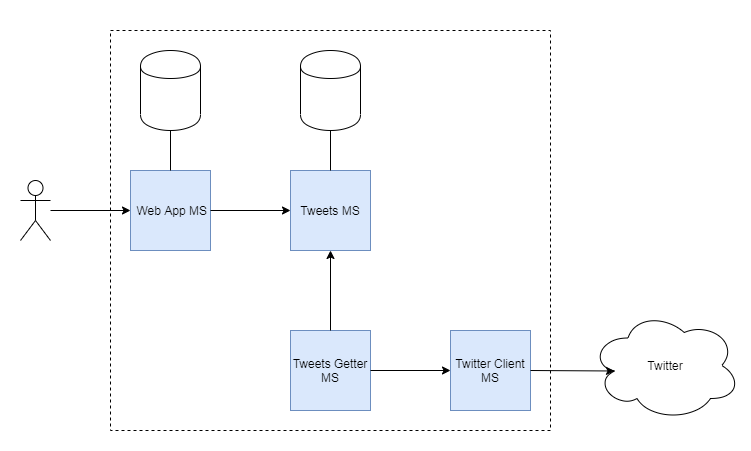
The draw.io diagram architecture.png in aliskhakov/twisub, before a commit. Source tidied: cells renumbered, new cells last; positions are measured from the earlier drawing's top-left corner, leaving out a move shared by most shapes.
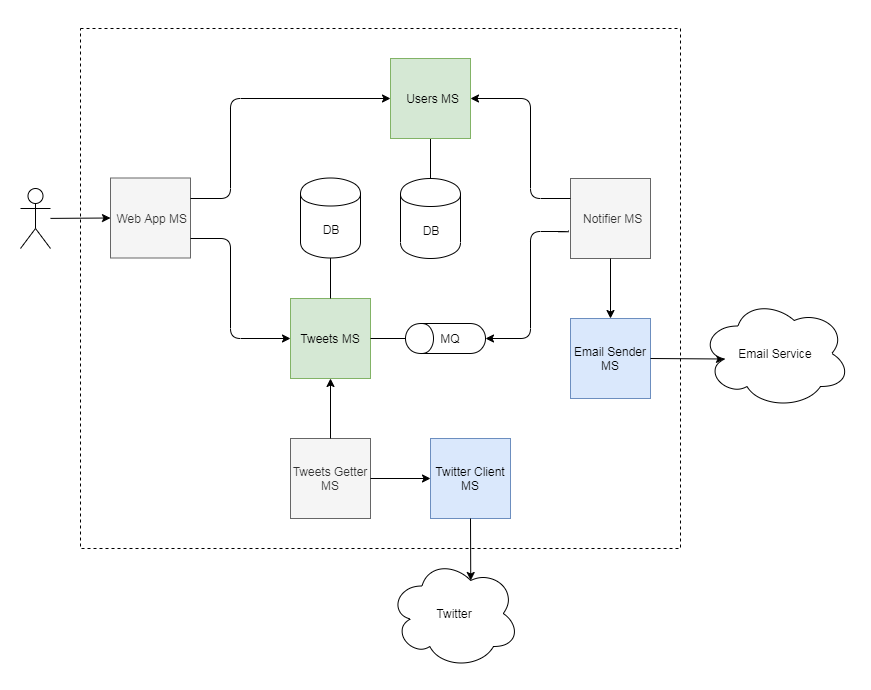
The same file after the commit.

Commit message:
Update architecture information in readme.

Change to the diagram source:
```diff
@@ -3,22 +3,30 @@
     <mxCell id="0" />
     <mxCell id="1" parent="0" />
     <mxCell id="2" style="rounded=0;whiteSpace=wrap;html=1;strokeColor=none;" parent="1" vertex="1">
-      <mxGeometry width="750" height="450" as="geometry" />
+      <mxGeometry x="-28" y="-1079" width="870" height="689" as="geometry" />
     </mxCell>
+    <mxCell id="18" style="rounded=0;whiteSpace=wrap;html=1;fillColor=none;dashed=1;" parent="1" vertex="1">
+      <mxGeometry x="52" y="-1051" width="600" height="520" as="geometry" />
+    </mxCell>
-    <mxCell id="3" value="&amp;nbsp;Web App MS" style="whiteSpace=wrap;html=1;fillColor=#dae8fc;strokeColor=#6c8ebf;" parent="1" vertex="1">
-      <mxGeometry x="130" y="170" width="80" height="80" as="geometry" />
+    <mxCell id="3" value="&amp;nbsp;Web App MS" style="whiteSpace=wrap;html=1;fillColor=#f5f5f5;strokeColor=#666666;fontColor=#333333;" parent="1" vertex="1">
+      <mxGeometry x="82" y="-901.5" width="80" height="80" as="geometry" />
     </mxCell>
-    <mxCell id="4" value="Tweets MS" style="whiteSpace=wrap;html=1;fillColor=#dae8fc;strokeColor=#6c8ebf;" parent="1" vertex="1">
-      <mxGeometry x="290" y="170" width="80" height="80" as="geometry" />
+    <mxCell id="4" value="Tweets MS" style="whiteSpace=wrap;html=1;fillColor=#d5e8d4;strokeColor=#82b366;" parent="1" vertex="1">
+      <mxGeometry x="262" y="-781" width="80" height="80" as="geometry" />
     </mxCell>
     <mxCell id="5" value="Twitter Client MS" style="whiteSpace=wrap;html=1;fillColor=#dae8fc;strokeColor=#6c8ebf;" parent="1" vertex="1">
-      <mxGeometry x="450" y="330" width="80" height="80" as="geometry" />
+      <mxGeometry x="402" y="-641" width="80" height="80" as="geometry" />
     </mxCell>
-    <mxCell id="6" value="Tweets Getter MS" style="whiteSpace=wrap;html=1;fillColor=#dae8fc;strokeColor=#6c8ebf;" parent="1" vertex="1">
-      <mxGeometry x="290" y="330" width="80" height="80" as="geometry" />
+    <mxCell id="6" value="Tweets Getter MS" style="whiteSpace=wrap;html=1;fillColor=#f5f5f5;strokeColor=#666666;fontColor=#333333;" parent="1" vertex="1">
+      <mxGeometry x="262" y="-641" width="80" height="80" as="geometry" />
     </mxCell>
-    <mxCell id="7" style="endArrow=classic;html=1;exitX=1;exitY=0.5;exitDx=0;exitDy=0;entryX=0;entryY=0.5;entryDx=0;entryDy=0;" parent="1" edge="1" source="3" target="4">
-      <mxGeometry relative="1" as="geometry" />
+    <mxCell id="7" style="endArrow=classic;html=1;exitX=1;exitY=0.75;exitDx=0;exitDy=0;entryX=0;entryY=0.5;entryDx=0;entryDy=0;edgeStyle=orthogonalEdgeStyle;" parent="1" edge="1" source="3" target="4">
+      <mxGeometry relative="1" as="geometry">
+        <Array as="points">
+          <mxPoint x="202" y="-841" />
+          <mxPoint x="202" y="-741" />
+        </Array>
+      </mxGeometry>
     </mxCell>
     <mxCell id="8" style="endArrow=classic;html=1;entryX=0.5;entryY=1;entryDx=0;entryDy=0;exitX=0.5;exitY=0;exitDx=0;exitDy=0;" parent="1" edge="1" source="6" target="4">
       <mxGeometry relative="1" as="geometry" />
@@ -27,33 +35,79 @@
       <mxGeometry relative="1" as="geometry" />
     </mxCell>
     <mxCell id="10" value="Twitter" style="ellipse;shape=cloud;whiteSpace=wrap;html=1;" parent="1" vertex="1">
-      <mxGeometry x="590" y="310" width="150" height="110" as="geometry" />
+      <mxGeometry x="361" y="-521" width="130" height="110" as="geometry" />
     </mxCell>
-    <mxCell id="11" style="endArrow=classic;html=1;entryX=0.16;entryY=0.55;entryDx=0;entryDy=0;entryPerimeter=0;exitX=1;exitY=0.5;exitDx=0;exitDy=0;" parent="1" edge="1" source="5" target="10">
+    <mxCell id="11" style="endArrow=classic;html=1;entryX=0.625;entryY=0.2;entryDx=0;entryDy=0;entryPerimeter=0;exitX=0.5;exitY=1;exitDx=0;exitDy=0;" parent="1" edge="1" source="5" target="10">
       <mxGeometry relative="1" as="geometry" />
     </mxCell>
-    <mxCell id="12" style="edgeStyle=orthogonalEdgeStyle;rounded=0;jettySize=auto;html=1;" parent="1" edge="1" source="13" target="3">
+    <mxCell id="12" style="rounded=0;jettySize=auto;html=1;entryX=0;entryY=0.5;entryDx=0;entryDy=0;" parent="1" edge="1" source="13" target="3">
       <mxGeometry relative="1" as="geometry" />
     </mxCell>
     <mxCell id="13" style="shape=umlActor;verticalLabelPosition=bottom;labelBackgroundColor=#ffffff;verticalAlign=top;html=1;outlineConnect=0;strokeColor=#000000;" parent="1" vertex="1">
-      <mxGeometry x="20" y="180" width="30" height="60" as="geometry" />
+      <mxGeometry x="-8" y="-891" width="30" height="60" as="geometry" />
     </mxCell>
-    <mxCell id="14" style="shape=cylinder;whiteSpace=wrap;html=1;boundedLbl=1;backgroundOutline=1;" parent="1" vertex="1">
-      <mxGeometry x="300" y="50" width="60" height="80" as="geometry" />
+    <mxCell id="14" value="DB" style="shape=cylinder;whiteSpace=wrap;html=1;boundedLbl=1;backgroundOutline=1;" parent="1" vertex="1">
+      <mxGeometry x="272" y="-901.5" width="60" height="80" as="geometry" />
     </mxCell>
-    <mxCell id="15" style="shape=cylinder;whiteSpace=wrap;html=1;boundedLbl=1;backgroundOutline=1;" parent="1" vertex="1">
-      <mxGeometry x="140" y="50" width="60" height="80" as="geometry" />
+    <mxCell id="15" value="DB" style="shape=cylinder;whiteSpace=wrap;html=1;boundedLbl=1;backgroundOutline=1;" parent="1" vertex="1">
+      <mxGeometry x="372" y="-901" width="60" height="80" as="geometry" />
     </mxCell>
-    <mxCell id="16" style="endArrow=none;html=1;" parent="1" edge="1" source="15">
-      <mxGeometry relative="1" as="geometry">
-        <mxPoint x="170" y="170" as="targetPoint" />
-      </mxGeometry>
+    <mxCell id="16" style="endArrow=none;html=1;entryX=0.5;entryY=1;entryDx=0;entryDy=0;exitX=0.5;exitY=0;exitDx=0;exitDy=0;" parent="1" edge="1" source="15" target="19">
+      <mxGeometry relative="1" as="geometry" />
     </mxCell>
     <mxCell id="17" style="endArrow=none;html=1;exitX=0.5;exitY=0;exitDx=0;exitDy=0;entryX=0.5;entryY=1;entryDx=0;entryDy=0;" parent="1" edge="1" source="4" target="14">
       <mxGeometry relative="1" as="geometry" />
     </mxCell>
-    <mxCell id="18" style="rounded=0;whiteSpace=wrap;html=1;fillColor=none;dashed=1;" parent="1" vertex="1">
-      <mxGeometry x="110" y="30" width="440" height="400" as="geometry" />
-    </mxCell>
+    <mxCell id="19" value="&amp;nbsp;Users MS" style="whiteSpace=wrap;html=1;fillColor=#d5e8d4;strokeColor=#82b366;" parent="1" vertex="1">
+      <mxGeometry x="362" y="-1021" width="80" height="80" as="geometry" />
+    </mxCell>
+    <mxCell id="20" style="endArrow=classic;html=1;exitX=1;exitY=0.25;exitDx=0;exitDy=0;entryX=0;entryY=0.5;entryDx=0;entryDy=0;edgeStyle=orthogonalEdgeStyle;" parent="1" edge="1" source="3" target="19">
+      <mxGeometry relative="1" as="geometry">
+        <Array as="points">
+          <mxPoint x="202" y="-881" />
+          <mxPoint x="202" y="-981" />
+        </Array>
+      </mxGeometry>
+    </mxCell>
+    <mxCell id="21" value="&amp;nbsp;Notifier MS" style="whiteSpace=wrap;html=1;fillColor=#f5f5f5;strokeColor=#666666;fontColor=#333333;" parent="1" vertex="1">
+      <mxGeometry x="542" y="-901" width="80" height="80" as="geometry" />
+    </mxCell>
+    <mxCell id="22" style="endArrow=classic;html=1;entryX=1;entryY=0.5;entryDx=0;entryDy=0;exitX=0;exitY=0.25;exitDx=0;exitDy=0;edgeStyle=orthogonalEdgeStyle;" parent="1" edge="1" source="21" target="19">
+      <mxGeometry relative="1" as="geometry">
+        <Array as="points">
+          <mxPoint x="502" y="-881" />
+          <mxPoint x="502" y="-981" />
+        </Array>
+      </mxGeometry>
+    </mxCell>
+    <mxCell id="23" style="shape=cylinder;whiteSpace=wrap;html=1;boundedLbl=1;backgroundOutline=1;rotation=-90;" parent="1" vertex="1">
+      <mxGeometry x="402" y="-781" width="30" height="80" as="geometry" />
+    </mxCell>
+    <mxCell id="24" value="Email Sender MS" style="whiteSpace=wrap;html=1;fillColor=#dae8fc;strokeColor=#6c8ebf;" parent="1" vertex="1">
+      <mxGeometry x="542" y="-761" width="80" height="80" as="geometry" />
+    </mxCell>
+    <mxCell id="25" style="endArrow=classic;html=1;exitX=0.5;exitY=1;exitDx=0;exitDy=0;entryX=0.5;entryY=0;entryDx=0;entryDy=0;" parent="1" edge="1" source="21" target="24">
+      <mxGeometry relative="1" as="geometry" />
+    </mxCell>
+    <mxCell id="26" style="endArrow=classic;html=1;exitX=1;exitY=0.5;exitDx=0;exitDy=0;entryX=0.16;entryY=0.55;entryDx=0;entryDy=0;entryPerimeter=0;" parent="1" edge="1" source="24" target="28">
+      <mxGeometry relative="1" as="geometry" />
+    </mxCell>
+    <mxCell id="27" style="endArrow=classic;html=1;entryX=0.5;entryY=1;entryDx=0;entryDy=0;exitX=-0.025;exitY=0.65;exitDx=0;exitDy=0;edgeStyle=orthogonalEdgeStyle;exitPerimeter=0;" parent="1" edge="1" source="21" target="23">
+      <mxGeometry relative="1" as="geometry">
+        <Array as="points">
+          <mxPoint x="502" y="-848" />
+          <mxPoint x="502" y="-741" />
+        </Array>
+      </mxGeometry>
+    </mxCell>
+    <mxCell id="28" value="Email Service" style="ellipse;shape=cloud;whiteSpace=wrap;html=1;" parent="1" vertex="1">
+      <mxGeometry x="672" y="-781" width="150" height="110" as="geometry" />
+    </mxCell>
+    <mxCell id="29" style="endArrow=none;html=1;exitX=1;exitY=0.5;exitDx=0;exitDy=0;entryX=0.5;entryY=0;entryDx=0;entryDy=0;" parent="1" edge="1" source="4" target="23">
+      <mxGeometry relative="1" as="geometry" />
+    </mxCell>
+    <mxCell id="30" value="MQ" style="text;html=1;strokeColor=none;fillColor=none;align=center;verticalAlign=middle;whiteSpace=wrap;rounded=0;" parent="1" vertex="1">
+      <mxGeometry x="402" y="-751" width="40" height="20" as="geometry" />
+    </mxCell>
   </root>
 </mxGraphModel>
```
